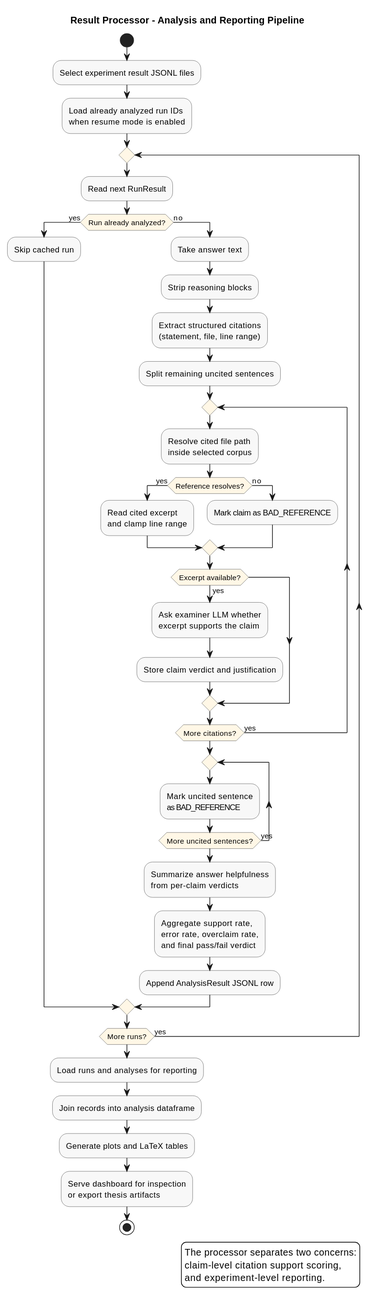
This is docs/diagrams/generated/result-processing-pipeline.svg from TomsBicans/agentic-context-engineering, a PlantUML export, as it was before one commit.
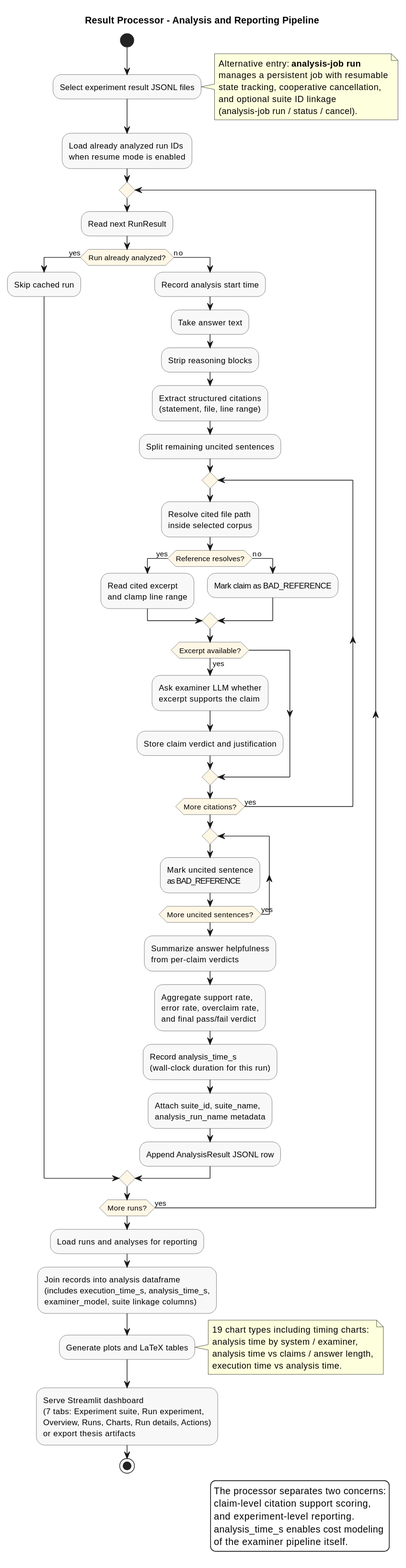
After the change.

Commit message:
update the diagrams to reflect the current state of the system

The edit, as a diff of the source:
```diff
@@ -14,6 +14,15 @@
 start
 
 :Select experiment result JSONL files;
+
+note right
+  Alternative entry: **analysis-job run**
+  manages a persistent job with resumable
+  state tracking, cooperative cancellation,
+  and optional suite ID linkage
+  (analysis-job run / status / cancel).
+end note
+
 :Load already analyzed run IDs\nwhen resume mode is enabled;
 
 repeat
@@ -22,6 +31,7 @@
   if (Run already analyzed?) then (yes)
     :Skip cached run;
   else (no)
+    :Record analysis start time;
     :Take answer text;
     :Strip reasoning blocks;
     :Extract structured citations\n(statement, file, line range);
@@ -47,14 +57,24 @@
 
     :Summarize answer helpfulness\nfrom per-claim verdicts;
     :Aggregate support rate,\nerror rate, overclaim rate,\nand final pass/fail verdict;
+    :Record analysis_time_s\n(wall-clock duration for this run);
+    :Attach suite_id, suite_name,\nanalysis_run_name metadata;
     :Append AnalysisResult JSONL row;
   endif
 repeat while (More runs?) is (yes)
 
 :Load runs and analyses for reporting;
-:Join records into analysis dataframe;
+:Join records into analysis dataframe\n(includes execution_time_s, analysis_time_s,\nexaminer_model, suite linkage columns);
 :Generate plots and LaTeX tables;
-:Serve dashboard for inspection\nor export thesis artifacts;
+
+note right
+  19 chart types including timing charts:
+  analysis time by system / examiner,
+  analysis time vs claims / answer length,
+  execution time vs analysis time.
+end note
+
+:Serve Streamlit dashboard\n(7 tabs: Experiment suite, Run experiment,\nOverview, Runs, Charts, Run details, Actions)\nor export thesis artifacts;
 
 stop
 
@@ -62,5 +82,7 @@
   The processor separates two concerns:
   claim-level citation support scoring,
   and experiment-level reporting.
+  analysis_time_s enables cost modeling
+  of the examiner pipeline itself.
 endlegend
 @enduml
```
